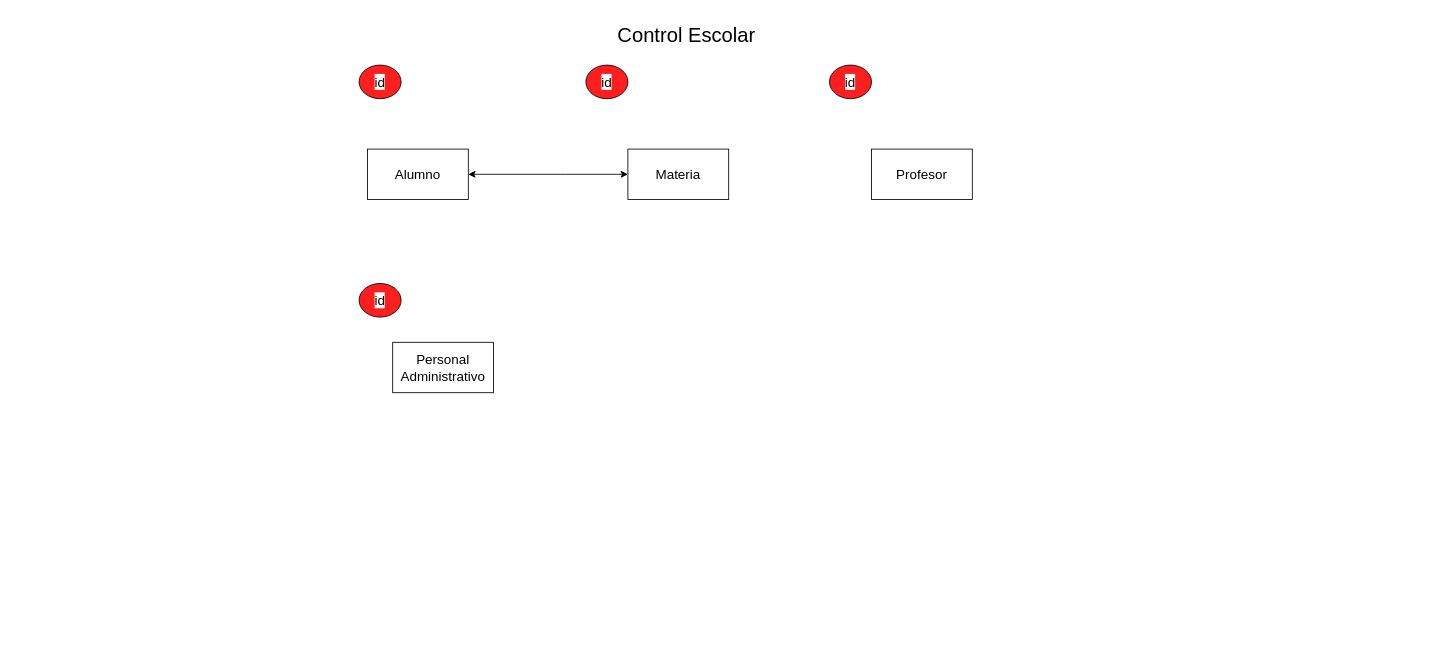
jazzadahack323Gro/Diagrams keeps this draw.io diagram as CONTROL ESCOLAR.drawio. Above is the earlier version. Source tidied: cells renumbered, new cells numbered last; positions are measured from the earlier drawing's top-left corner, leaving out a move shared by most shapes. Both pictures are drawn from the tidied source at 84%, with x=0, y=0 at pixel (359, 23).
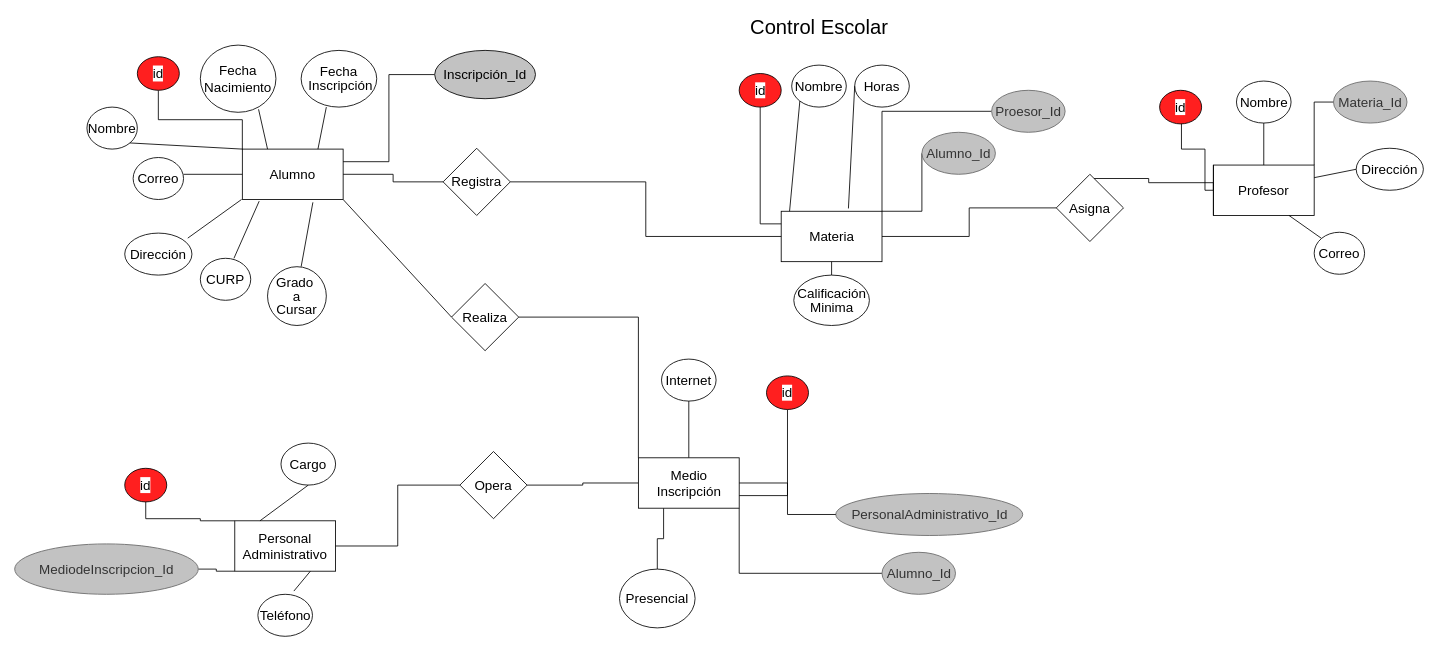
After the change.

Change to the diagram source:
```diff
@@
     <mxCell id="2" value="&lt;font style=&quot;font-size: 16px&quot;&gt;Alumno&lt;/font&gt;" style="rounded=0;whiteSpace=wrap;html=1;" parent="1" vertex="1">
-      <mxGeometry x="10" y="150" width="120" height="60" as="geometry" />
+      <mxGeometry x="-139" y="150" width="120" height="60" as="geometry" />
     </mxCell>
     <mxCell id="3" value="Control Escolar" style="text;html=1;strokeColor=none;fillColor=none;align=center;verticalAlign=middle;whiteSpace=wrap;rounded=0;fontSize=24;" parent="1" vertex="1">
-      <mxGeometry x="295" width="190" height="30" as="geometry" />
+      <mxGeometry x="452.5" y="-10" width="190" height="30" as="geometry" />
     </mxCell>
+    <mxCell id="12" style="edgeStyle=orthogonalEdgeStyle;rounded=0;jettySize=auto;html=1;entryX=0;entryY=0.5;entryDx=0;entryDy=0;fontSize=16;endArrow=none;endFill=0;" parent="1" edge="1" source="4" target="59">
+      <mxGeometry relative="1" as="geometry" />
+    </mxCell>
     <mxCell id="4" value="&lt;font style=&quot;font-size: 16px&quot;&gt;Materia&lt;br&gt;&lt;/font&gt;" style="rounded=0;whiteSpace=wrap;html=1;" parent="1" vertex="1">
-      <mxGeometry x="320" y="150" width="120" height="60" as="geometry" />
+      <mxGeometry x="502.5" y="224" width="120" height="60" as="geometry" />
     </mxCell>
     <mxCell id="5" value="&lt;font style=&quot;font-size: 16px&quot;&gt;Profesor&lt;/font&gt;" style="rounded=0;whiteSpace=wrap;html=1;" parent="1" vertex="1">
-      <mxGeometry x="610" y="150" width="120" height="60" as="geometry" />
+      <mxGeometry x="1017" y="169" width="120" height="60" as="geometry" />
     </mxCell>
     <mxCell id="6" value="&lt;font style=&quot;font-size: 16px&quot;&gt;Personal&lt;br&gt;Administrativo&lt;/font&gt;" style="rounded=0;whiteSpace=wrap;html=1;" parent="1" vertex="1">
-      <mxGeometry x="40" y="380" width="120" height="60" as="geometry" />
+      <mxGeometry x="-148" y="592.5" width="120" height="60" as="geometry" />
     </mxCell>
+    <mxCell id="13" style="edgeStyle=orthogonalEdgeStyle;rounded=0;jettySize=auto;html=1;exitX=0.5;exitY=1;exitDx=0;exitDy=0;entryX=0;entryY=0;entryDx=0;entryDy=0;fontSize=16;endArrow=none;endFill=0;" parent="1" edge="1" source="7" target="2">
+      <mxGeometry relative="1" as="geometry" />
+    </mxCell>
     <mxCell id="7" value="id" style="ellipse;whiteSpace=wrap;html=1;fontSize=16;labelBackgroundColor=default;fillColor=#FF1F1F;" parent="1" vertex="1">
-      <mxGeometry y="50" width="50" height="40" as="geometry" />
+      <mxGeometry x="-264" y="40" width="50" height="40" as="geometry" />
     </mxCell>
+    <mxCell id="14" style="edgeStyle=orthogonalEdgeStyle;rounded=0;jettySize=auto;html=1;exitX=0.5;exitY=1;exitDx=0;exitDy=0;entryX=0;entryY=0.25;entryDx=0;entryDy=0;fontSize=16;endArrow=none;endFill=0;" parent="1" edge="1" source="8" target="4">
+      <mxGeometry relative="1" as="geometry" />
+    </mxCell>
     <mxCell id="8" value="id" style="ellipse;whiteSpace=wrap;html=1;fontSize=16;labelBackgroundColor=default;fillColor=#FF1F1F;" parent="1" vertex="1">
-      <mxGeometry x="270" y="50" width="50" height="40" as="geometry" />
+      <mxGeometry x="452.5" y="60" width="50" height="40" as="geometry" />
     </mxCell>
+    <mxCell id="15" style="edgeStyle=orthogonalEdgeStyle;rounded=0;jettySize=auto;html=1;exitX=1;exitY=1;exitDx=0;exitDy=0;fontSize=16;entryX=0;entryY=0;entryDx=0;entryDy=0;endArrow=none;endFill=0;" parent="1" edge="1" source="9" target="5">
+      <mxGeometry relative="1" as="geometry">
+        <Array as="points">
+          <mxPoint x="979" y="150" />
+          <mxPoint x="1007" y="150" />
+          <mxPoint x="1007" y="199" />
+          <mxPoint x="1017" y="199" />
+        </Array>
+      </mxGeometry>
+    </mxCell>
     <mxCell id="9" value="id" style="ellipse;whiteSpace=wrap;html=1;fontSize=16;labelBackgroundColor=default;fillColor=#FF1F1F;" parent="1" vertex="1">
-      <mxGeometry x="560" y="50" width="50" height="40" as="geometry" />
+      <mxGeometry x="953" y="80" width="50" height="40" as="geometry" />
     </mxCell>
+    <mxCell id="16" style="edgeStyle=orthogonalEdgeStyle;rounded=0;jettySize=auto;html=1;exitX=0.5;exitY=1;exitDx=0;exitDy=0;entryX=0;entryY=0;entryDx=0;entryDy=0;fontSize=16;endArrow=none;endFill=0;" parent="1" edge="1" source="10" target="6">
+      <mxGeometry relative="1" as="geometry">
+        <Array as="points">
+          <mxPoint x="-254" y="590" />
+          <mxPoint x="-189" y="590" />
+          <mxPoint x="-189" y="593" />
+        </Array>
+      </mxGeometry>
+    </mxCell>
     <mxCell id="10" value="id" style="ellipse;whiteSpace=wrap;html=1;fontSize=16;labelBackgroundColor=default;fillColor=#FF1F1F;" parent="1" vertex="1">
-      <mxGeometry y="310" width="50" height="40" as="geometry" />
+      <mxGeometry x="-279" y="530" width="50" height="40" as="geometry" />
     </mxCell>
-    <mxCell id="11" style="endArrow=classic;startArrow=classic;html=1;rounded=0;fontSize=16;entryX=1;entryY=0.5;entryDx=0;entryDy=0;exitX=0;exitY=0.5;exitDx=0;exitDy=0;" parent="1" edge="1" source="4" target="2">
-      <mxGeometry relative="1" as="geometry">
-        <Array as="points">
-          <mxPoint x="240" y="180" />
-        </Array>
-      </mxGeometry>
-    </mxCell>
+    <mxCell id="17" value="&lt;p style=&quot;line-height: 0&quot;&gt;&lt;span style=&quot;&quot;&gt;Nombre&lt;/span&gt;&lt;/p&gt;" style="ellipse;whiteSpace=wrap;html=1;labelBackgroundColor=none;fontSize=16;" parent="1" vertex="1">
+      <mxGeometry x="-324" y="100" width="60" height="50" as="geometry" />
+    </mxCell>
+    <mxCell id="18" value="&lt;p style=&quot;line-height: 0&quot;&gt;Correo&lt;/p&gt;" style="ellipse;whiteSpace=wrap;html=1;labelBackgroundColor=none;fontSize=16;" parent="1" vertex="1">
+      <mxGeometry x="-269" y="160" width="60" height="50" as="geometry" />
+    </mxCell>
+    <mxCell id="19" value="&lt;p style=&quot;line-height: 0&quot;&gt;Dirección&lt;/p&gt;" style="ellipse;whiteSpace=wrap;html=1;labelBackgroundColor=none;fontSize=16;" parent="1" vertex="1">
+      <mxGeometry x="-279" y="250" width="80" height="50" as="geometry" />
+    </mxCell>
+    <mxCell id="20" value="Fecha Nacimiento" style="ellipse;whiteSpace=wrap;html=1;labelBackgroundColor=none;fontSize=16;" parent="1" vertex="1">
+      <mxGeometry x="-189" y="26.2" width="90" height="80" as="geometry" />
+    </mxCell>
+    <mxCell id="21" value="&lt;p style=&quot;line-height: 0&quot;&gt;Fecha&lt;/p&gt;&lt;p style=&quot;line-height: 0&quot;&gt;&amp;nbsp;Inscripción&lt;/p&gt;" style="ellipse;whiteSpace=wrap;html=1;labelBackgroundColor=none;fontSize=16;" parent="1" vertex="1">
+      <mxGeometry x="-69" y="32.5" width="90" height="67.5" as="geometry" />
+    </mxCell>
+    <mxCell id="22" value="&lt;p style=&quot;line-height: 0&quot;&gt;CURP&lt;/p&gt;" style="ellipse;whiteSpace=wrap;html=1;labelBackgroundColor=none;fontSize=16;" parent="1" vertex="1">
+      <mxGeometry x="-189" y="280" width="60" height="50" as="geometry" />
+    </mxCell>
+    <mxCell id="23" value="&lt;p style=&quot;line-height: 0&quot;&gt;Grado&amp;nbsp;&lt;/p&gt;&lt;p style=&quot;line-height: 0&quot;&gt;a&lt;/p&gt;&lt;p style=&quot;line-height: 0&quot;&gt;Cursar&lt;/p&gt;" style="ellipse;whiteSpace=wrap;html=1;labelBackgroundColor=none;fontSize=16;" parent="1" vertex="1">
+      <mxGeometry x="-109" y="290" width="70" height="70" as="geometry" />
+    </mxCell>
+    <mxCell id="24" style="edgeStyle=orthogonalEdgeStyle;rounded=0;jettySize=auto;html=1;fontSize=16;endArrow=none;endFill=0;entryX=0.25;entryY=1;entryDx=0;entryDy=0;" parent="1" edge="1" source="25" target="29">
+      <mxGeometry relative="1" as="geometry" />
+    </mxCell>
+    <mxCell id="25" value="&lt;p style=&quot;line-height: 0&quot;&gt;Presencial&lt;/p&gt;" style="ellipse;whiteSpace=wrap;html=1;labelBackgroundColor=none;fontSize=16;" parent="1" vertex="1">
+      <mxGeometry x="310" y="650" width="90" height="70" as="geometry" />
+    </mxCell>
+    <mxCell id="26" style="edgeStyle=orthogonalEdgeStyle;rounded=0;jettySize=auto;html=1;exitX=0.5;exitY=1;exitDx=0;exitDy=0;entryX=0.5;entryY=0;entryDx=0;entryDy=0;fontSize=16;endArrow=none;endFill=0;" parent="1" edge="1" source="27" target="29">
+      <mxGeometry relative="1" as="geometry" />
+    </mxCell>
+    <mxCell id="27" value="&lt;p style=&quot;line-height: 0&quot;&gt;Internet&lt;/p&gt;" style="ellipse;whiteSpace=wrap;html=1;labelBackgroundColor=none;fontSize=16;" parent="1" vertex="1">
+      <mxGeometry x="360" y="400" width="65" height="50" as="geometry" />
+    </mxCell>
+    <mxCell id="28" style="edgeStyle=orthogonalEdgeStyle;rounded=0;jettySize=auto;html=1;exitX=0;exitY=0.5;exitDx=0;exitDy=0;entryX=1;entryY=0.5;entryDx=0;entryDy=0;fontSize=16;endArrow=none;endFill=0;" parent="1" edge="1" source="29" target="61">
+      <mxGeometry relative="1" as="geometry" />
+    </mxCell>
+    <mxCell id="29" value="&lt;font style=&quot;font-size: 16px&quot;&gt;Medio Inscripción&lt;br&gt;&lt;/font&gt;" style="rounded=0;whiteSpace=wrap;html=1;" parent="1" vertex="1">
+      <mxGeometry x="332.5" y="517.5" width="120" height="60" as="geometry" />
+    </mxCell>
+    <mxCell id="30" style="endArrow=none;html=1;rounded=0;fontSize=16;exitX=0.75;exitY=0;exitDx=0;exitDy=0;" parent="1" edge="1" source="2">
+      <mxGeometry relative="1" as="geometry">
+        <mxPoint x="-39" y="100" as="targetPoint" />
+      </mxGeometry>
+    </mxCell>
+    <mxCell id="31" style="endArrow=none;html=1;rounded=0;fontSize=16;entryX=0.77;entryY=0.955;entryDx=0;entryDy=0;entryPerimeter=0;exitX=0.25;exitY=0;exitDx=0;exitDy=0;" parent="1" edge="1" source="2" target="20">
+      <mxGeometry relative="1" as="geometry" />
+    </mxCell>
+    <mxCell id="32" style="endArrow=none;html=1;rounded=0;fontSize=16;entryX=0;entryY=0.5;entryDx=0;entryDy=0;" parent="1" edge="1" target="2">
+      <mxGeometry relative="1" as="geometry">
+        <mxPoint x="-209" y="180" as="sourcePoint" />
+      </mxGeometry>
+    </mxCell>
+    <mxCell id="33" style="endArrow=none;html=1;rounded=0;fontSize=16;exitX=1;exitY=1;exitDx=0;exitDy=0;entryX=0;entryY=0;entryDx=0;entryDy=0;" parent="1" edge="1" source="17" target="2">
+      <mxGeometry relative="1" as="geometry" />
+    </mxCell>
+    <mxCell id="34" style="endArrow=none;html=1;rounded=0;fontSize=16;exitX=0.938;exitY=0.12;exitDx=0;exitDy=0;exitPerimeter=0;" parent="1" edge="1" source="19">
+      <mxGeometry relative="1" as="geometry">
+        <mxPoint x="-140" y="210" as="targetPoint" />
+      </mxGeometry>
+    </mxCell>
+    <mxCell id="35" style="endArrow=none;html=1;rounded=0;fontSize=16;entryX=0.167;entryY=1.033;entryDx=0;entryDy=0;entryPerimeter=0;" parent="1" edge="1" target="2">
+      <mxGeometry relative="1" as="geometry">
+        <mxPoint x="-149" y="280" as="sourcePoint" />
+        <Array as="points">
+          <mxPoint x="-149" y="280" />
+        </Array>
+      </mxGeometry>
+    </mxCell>
+    <mxCell id="36" style="endArrow=none;html=1;rounded=0;fontSize=16;entryX=0.7;entryY=1.056;entryDx=0;entryDy=0;entryPerimeter=0;exitX=0.25;exitY=0;exitDx=0;exitDy=0;" parent="1" edge="1" target="2">
+      <mxGeometry relative="1" as="geometry">
+        <mxPoint x="-69" y="290" as="sourcePoint" />
+      </mxGeometry>
+    </mxCell>
+    <mxCell id="37" style="endArrow=none;html=1;rounded=0;fontSize=16;exitX=0.5;exitY=0;exitDx=0;exitDy=0;entryX=0.5;entryY=1;entryDx=0;entryDy=0;" parent="1" edge="1" source="40" target="4">
+      <mxGeometry relative="1" as="geometry" />
+    </mxCell>
+    <mxCell id="38" value="&lt;p style=&quot;line-height: 0&quot;&gt;Nombre&lt;/p&gt;" style="ellipse;whiteSpace=wrap;html=1;labelBackgroundColor=none;fontSize=16;" parent="1" vertex="1">
+      <mxGeometry x="515" y="50" width="65" height="50" as="geometry" />
+    </mxCell>
+    <mxCell id="39" value="&lt;p style=&quot;line-height: 0&quot;&gt;Horas&lt;/p&gt;" style="ellipse;whiteSpace=wrap;html=1;labelBackgroundColor=none;fontSize=16;" parent="1" vertex="1">
+      <mxGeometry x="590" y="50" width="65" height="50" as="geometry" />
+    </mxCell>
+    <mxCell id="40" value="&lt;p style=&quot;line-height: 0&quot;&gt;Calificación&lt;/p&gt;&lt;p style=&quot;line-height: 0&quot;&gt;&lt;span&gt;Minima&lt;/span&gt;&lt;/p&gt;" style="ellipse;whiteSpace=wrap;html=1;labelBackgroundColor=none;fontSize=16;" parent="1" vertex="1">
+      <mxGeometry x="517.5" y="300" width="90" height="60" as="geometry" />
+    </mxCell>
+    <mxCell id="41" value="&lt;p style=&quot;line-height: 0&quot;&gt;Cargo&lt;/p&gt;" style="ellipse;whiteSpace=wrap;html=1;labelBackgroundColor=none;fontSize=16;" parent="1" vertex="1">
+      <mxGeometry x="-93" y="500" width="65" height="50" as="geometry" />
+    </mxCell>
+    <mxCell id="42" value="&lt;p style=&quot;line-height: 0&quot;&gt;Teléfono&lt;/p&gt;" style="ellipse;whiteSpace=wrap;html=1;labelBackgroundColor=none;fontSize=16;" parent="1" vertex="1">
+      <mxGeometry x="-120.5" y="680" width="65" height="50" as="geometry" />
+    </mxCell>
+    <mxCell id="43" style="edgeStyle=orthogonalEdgeStyle;rounded=0;jettySize=auto;html=1;exitX=0.5;exitY=1;exitDx=0;exitDy=0;entryX=1;entryY=0.75;entryDx=0;entryDy=0;fontSize=16;endArrow=none;endFill=0;" parent="1" edge="1" source="44" target="29">
+      <mxGeometry relative="1" as="geometry" />
+    </mxCell>
+    <mxCell id="44" value="id" style="ellipse;whiteSpace=wrap;html=1;fontSize=16;labelBackgroundColor=default;fillColor=#FF1F1F;" parent="1" vertex="1">
+      <mxGeometry x="485" y="420" width="50" height="40" as="geometry" />
+    </mxCell>
+    <mxCell id="45" style="endArrow=none;html=1;rounded=0;fontSize=16;exitX=0.083;exitY=0;exitDx=0;exitDy=0;entryX=0;entryY=1;entryDx=0;entryDy=0;exitPerimeter=0;" parent="1" edge="1" source="4" target="38">
+      <mxGeometry relative="1" as="geometry" />
+    </mxCell>
+    <mxCell id="46" style="endArrow=none;html=1;rounded=0;fontSize=16;entryX=0;entryY=0.5;entryDx=0;entryDy=0;exitX=0.667;exitY=-0.056;exitDx=0;exitDy=0;exitPerimeter=0;" parent="1" edge="1" source="4" target="39">
+      <mxGeometry relative="1" as="geometry" />
+    </mxCell>
+    <mxCell id="47" style="endArrow=none;html=1;rounded=0;fontSize=16;entryX=0.75;entryY=1;entryDx=0;entryDy=0;exitX=0.659;exitY=-0.077;exitDx=0;exitDy=0;exitPerimeter=0;" parent="1" edge="1" source="42" target="6">
+      <mxGeometry relative="1" as="geometry" />
+    </mxCell>
+    <mxCell id="48" style="endArrow=none;html=1;rounded=0;fontSize=16;entryX=0.5;entryY=1;entryDx=0;entryDy=0;exitX=0.25;exitY=0;exitDx=0;exitDy=0;exitPerimeter=0;" parent="1" edge="1" source="6" target="41">
+      <mxGeometry relative="1" as="geometry" />
+    </mxCell>
+    <mxCell id="49" value="&lt;p style=&quot;line-height: 0&quot;&gt;Nombre&lt;/p&gt;" style="ellipse;whiteSpace=wrap;html=1;labelBackgroundColor=none;fontSize=16;" parent="1" vertex="1">
+      <mxGeometry x="1044.5" y="69" width="65" height="50" as="geometry" />
+    </mxCell>
+    <mxCell id="50" style="endArrow=none;html=1;rounded=0;fontSize=16;exitX=0.5;exitY=0;exitDx=0;exitDy=0;entryX=0.5;entryY=1;entryDx=0;entryDy=0;" parent="1" edge="1" source="5" target="49">
+      <mxGeometry relative="1" as="geometry" />
+    </mxCell>
+    <mxCell id="51" style="endArrow=none;html=1;rounded=0;fontSize=16;entryX=0;entryY=0.5;entryDx=0;entryDy=0;exitX=1;exitY=0.25;exitDx=0;exitDy=0;" parent="1" edge="1" source="5" target="52">
+      <mxGeometry relative="1" as="geometry" />
+    </mxCell>
+    <mxCell id="52" value="&lt;p style=&quot;line-height: 0&quot;&gt;Dirección&lt;/p&gt;" style="ellipse;whiteSpace=wrap;html=1;labelBackgroundColor=none;fontSize=16;" parent="1" vertex="1">
+      <mxGeometry x="1187" y="149" width="80" height="50" as="geometry" />
+    </mxCell>
+    <mxCell id="53" style="endArrow=none;html=1;rounded=0;fontSize=16;entryX=0;entryY=0;entryDx=0;entryDy=0;exitX=0.75;exitY=1;exitDx=0;exitDy=0;" parent="1" edge="1" source="5" target="54">
+      <mxGeometry relative="1" as="geometry" />
+    </mxCell>
+    <mxCell id="54" value="&lt;p style=&quot;line-height: 0&quot;&gt;Correo&lt;/p&gt;" style="ellipse;whiteSpace=wrap;html=1;labelBackgroundColor=none;fontSize=16;" parent="1" vertex="1">
+      <mxGeometry x="1137" y="249" width="60" height="50" as="geometry" />
+    </mxCell>
+    <mxCell id="55" style="edgeStyle=orthogonalEdgeStyle;rounded=0;jettySize=auto;html=1;exitX=0;exitY=0.5;exitDx=0;exitDy=0;entryX=1;entryY=0.5;entryDx=0;entryDy=0;fontSize=16;endArrow=none;endFill=0;" parent="1" edge="1" source="57" target="2">
+      <mxGeometry relative="1" as="geometry" />
+    </mxCell>
+    <mxCell id="56" style="edgeStyle=orthogonalEdgeStyle;rounded=0;jettySize=auto;html=1;entryX=0;entryY=0.5;entryDx=0;entryDy=0;fontSize=16;endArrow=none;endFill=0;" parent="1" edge="1" source="57" target="4">
+      <mxGeometry relative="1" as="geometry" />
+    </mxCell>
+    <mxCell id="57" value="Registra" style="rhombus;whiteSpace=wrap;html=1;labelBackgroundColor=none;fontSize=16;fillColor=none;" parent="1" vertex="1">
+      <mxGeometry x="100" y="149" width="80" height="80" as="geometry" />
+    </mxCell>
+    <mxCell id="58" style="edgeStyle=orthogonalEdgeStyle;rounded=0;jettySize=auto;html=1;entryX=0;entryY=1;entryDx=0;entryDy=0;fontSize=16;endArrow=none;endFill=0;" parent="1" edge="1" source="59" target="5">
+      <mxGeometry relative="1" as="geometry">
+        <Array as="points">
+          <mxPoint x="870" y="185" />
+          <mxPoint x="940" y="185" />
+          <mxPoint x="940" y="190" />
+          <mxPoint x="1017" y="190" />
+        </Array>
+      </mxGeometry>
+    </mxCell>
+    <mxCell id="59" value="Asigna" style="rhombus;whiteSpace=wrap;html=1;labelBackgroundColor=none;fontSize=16;fillColor=none;" parent="1" vertex="1">
+      <mxGeometry x="830" y="180" width="80" height="80" as="geometry" />
+    </mxCell>
+    <mxCell id="60" style="edgeStyle=orthogonalEdgeStyle;rounded=0;jettySize=auto;html=1;exitX=0;exitY=0.5;exitDx=0;exitDy=0;entryX=1;entryY=0.5;entryDx=0;entryDy=0;fontSize=16;endArrow=none;endFill=0;" parent="1" edge="1" source="61" target="6">
+      <mxGeometry relative="1" as="geometry" />
+    </mxCell>
+    <mxCell id="61" value="Opera" style="rhombus;whiteSpace=wrap;html=1;labelBackgroundColor=none;fontSize=16;fillColor=none;" parent="1" vertex="1">
+      <mxGeometry x="120" y="510" width="80" height="80" as="geometry" />
+    </mxCell>
+    <mxCell id="62" style="endArrow=none;html=1;rounded=0;fontSize=16;entryX=1;entryY=1;entryDx=0;entryDy=0;exitX=0;exitY=0.5;exitDx=0;exitDy=0;" parent="1" edge="1" source="64" target="2">
+      <mxGeometry relative="1" as="geometry" />
+    </mxCell>
+    <mxCell id="63" style="edgeStyle=orthogonalEdgeStyle;rounded=0;jettySize=auto;html=1;exitX=1;exitY=0.5;exitDx=0;exitDy=0;entryX=0;entryY=0;entryDx=0;entryDy=0;fontSize=16;endArrow=none;endFill=0;" parent="1" edge="1" source="64" target="29">
+      <mxGeometry relative="1" as="geometry" />
+    </mxCell>
+    <mxCell id="64" value="Realiza" style="rhombus;whiteSpace=wrap;html=1;labelBackgroundColor=none;fontSize=16;fillColor=none;" parent="1" vertex="1">
+      <mxGeometry x="110" y="310" width="80" height="80" as="geometry" />
+    </mxCell>
+    <mxCell id="65" style="edgeStyle=orthogonalEdgeStyle;rounded=0;jettySize=auto;html=1;entryX=1;entryY=0.25;entryDx=0;entryDy=0;fontSize=16;endArrow=none;endFill=0;" parent="1" edge="1" source="66" target="2">
+      <mxGeometry relative="1" as="geometry" />
+    </mxCell>
+    <mxCell id="66" value="&lt;p style=&quot;line-height: 0&quot;&gt;Inscripción_Id&lt;/p&gt;" style="ellipse;whiteSpace=wrap;html=1;labelBackgroundColor=none;fontSize=16;fillColor=#C2C2C2;" parent="1" vertex="1">
+      <mxGeometry x="90" y="32.5" width="120" height="57.5" as="geometry" />
+    </mxCell>
+    <mxCell id="67" style="edgeStyle=orthogonalEdgeStyle;rounded=0;jettySize=auto;html=1;exitX=0;exitY=0.5;exitDx=0;exitDy=0;entryX=1;entryY=0;entryDx=0;entryDy=0;fontSize=16;endArrow=none;endFill=0;" parent="1" edge="1" source="68" target="4">
+      <mxGeometry relative="1" as="geometry">
+        <Array as="points">
+          <mxPoint x="670" y="224" />
+        </Array>
+      </mxGeometry>
+    </mxCell>
+    <mxCell id="68" value="&lt;p style=&quot;line-height: 0&quot;&gt;Alumno_Id&lt;/p&gt;" style="ellipse;whiteSpace=wrap;html=1;labelBackgroundColor=none;fontSize=16;fillColor=#C2C2C2;fontColor=#333333;strokeColor=#666666;" parent="1" vertex="1">
+      <mxGeometry x="670" y="130" width="87.5" height="50" as="geometry" />
+    </mxCell>
+    <mxCell id="69" style="edgeStyle=orthogonalEdgeStyle;rounded=0;jettySize=auto;html=1;entryX=1;entryY=0;entryDx=0;entryDy=0;fontSize=16;endArrow=none;endFill=0;" parent="1" edge="1" source="70" target="4">
+      <mxGeometry relative="1" as="geometry" />
+    </mxCell>
+    <mxCell id="70" value="&lt;p style=&quot;line-height: 0&quot;&gt;Proesor_Id&lt;/p&gt;" style="ellipse;whiteSpace=wrap;html=1;labelBackgroundColor=none;fontSize=16;fillColor=#C2C2C2;fontColor=#333333;strokeColor=#666666;" parent="1" vertex="1">
+      <mxGeometry x="753" y="80" width="87.5" height="50" as="geometry" />
+    </mxCell>
+    <mxCell id="71" style="edgeStyle=orthogonalEdgeStyle;rounded=0;jettySize=auto;html=1;entryX=1;entryY=0;entryDx=0;entryDy=0;fontSize=16;endArrow=none;endFill=0;" parent="1" edge="1" source="72" target="5">
+      <mxGeometry relative="1" as="geometry" />
+    </mxCell>
+    <mxCell id="72" value="&lt;p style=&quot;line-height: 0&quot;&gt;Materia_Id&lt;/p&gt;" style="ellipse;whiteSpace=wrap;html=1;labelBackgroundColor=none;fontSize=16;fillColor=#C2C2C2;fontColor=#333333;strokeColor=#666666;" parent="1" vertex="1">
+      <mxGeometry x="1160" y="69" width="87.5" height="50" as="geometry" />
+    </mxCell>
+    <mxCell id="73" style="edgeStyle=orthogonalEdgeStyle;rounded=0;jettySize=auto;html=1;entryX=1;entryY=1;entryDx=0;entryDy=0;fontSize=16;endArrow=none;endFill=0;startArrow=none;" parent="1" edge="1" source="77" target="29">
+      <mxGeometry relative="1" as="geometry" />
+    </mxCell>
+    <mxCell id="74" value="&lt;p style=&quot;line-height: 0&quot;&gt;PersonalAdministrativo_Id&lt;/p&gt;" style="ellipse;whiteSpace=wrap;html=1;labelBackgroundColor=none;fontSize=16;fillColor=#C2C2C2;fontColor=#333333;strokeColor=#666666;" parent="1" vertex="1">
+      <mxGeometry x="567.5" y="560" width="222.5" height="50" as="geometry" />
+    </mxCell>
+    <mxCell id="75" style="edgeStyle=orthogonalEdgeStyle;rounded=0;jettySize=auto;html=1;exitX=1;exitY=0.5;exitDx=0;exitDy=0;entryX=0;entryY=1;entryDx=0;entryDy=0;fontSize=16;endArrow=none;endFill=0;" parent="1" edge="1" source="76" target="6">
+      <mxGeometry relative="1" as="geometry">
+        <Array as="points">
+          <mxPoint x="-170" y="650" />
+          <mxPoint x="-170" y="653" />
+        </Array>
+      </mxGeometry>
+    </mxCell>
+    <mxCell id="76" value="&lt;p style=&quot;line-height: 0&quot;&gt;MediodeInscripcion_Id&lt;/p&gt;" style="ellipse;whiteSpace=wrap;html=1;labelBackgroundColor=none;fontSize=16;fillColor=#C2C2C2;fontColor=#333333;strokeColor=#666666;" parent="1" vertex="1">
+      <mxGeometry x="-410" y="620" width="218.5" height="60" as="geometry" />
+    </mxCell>
+    <mxCell id="77" value="&lt;p style=&quot;line-height: 0&quot;&gt;Alumno_Id&lt;/p&gt;" style="ellipse;whiteSpace=wrap;html=1;labelBackgroundColor=none;fontSize=16;fillColor=#C2C2C2;fontColor=#333333;strokeColor=#666666;" parent="1" vertex="1">
+      <mxGeometry x="622.5" y="630" width="87.5" height="50" as="geometry" />
+    </mxCell>
+    <mxCell id="78" style="edgeStyle=orthogonalEdgeStyle;rounded=0;jettySize=auto;html=1;fontSize=16;endArrow=none;endFill=0;" parent="1" edge="1" source="74" target="29">
+      <mxGeometry relative="1" as="geometry" />
+    </mxCell>
```
